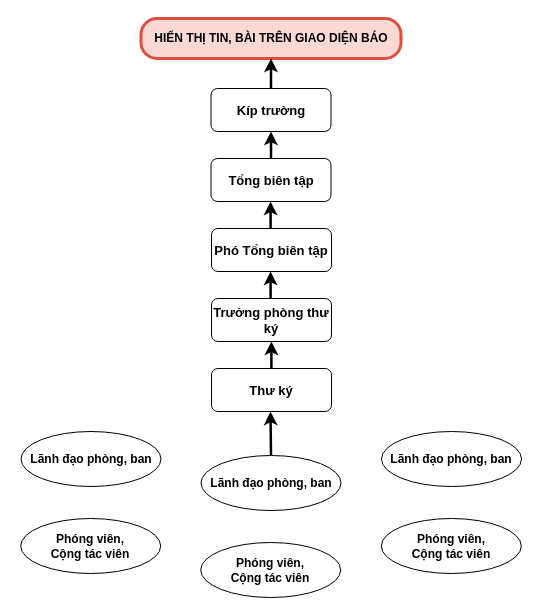
This is luanvan.drawio from malware-d/blockchain, a draw.io file, before an edit. Source tidied: cells renumbered, new cells numbered last; positions are measured from the earlier drawing's top-left corner, leaving out a move shared by most shapes. Both pictures are drawn from the tidied source at 100%, with x=0, y=0 at pixel (20, 18).
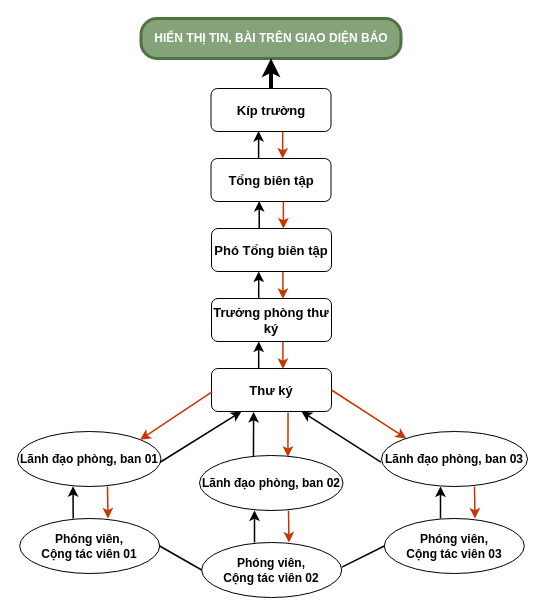
The same diagram, later.

The change refers to these unchanged cells:
```xml
<mxCell id="3" value="&lt;font style=&quot;font-size: 13px;&quot;&gt;Kíp trường&lt;/font&gt;" style="rounded=1;whiteSpace=wrap;html=1;fontStyle=1;fontSize=13;" parent="1" vertex="1">
  <mxGeometry x="190.5" y="70" width="120" height="43" as="geometry" />
</mxCell>
<mxCell id="5" value="Tổng biên tập" style="rounded=1;whiteSpace=wrap;html=1;fontStyle=1;fontSize=13;" parent="1" vertex="1">
  <mxGeometry x="190.5" y="140" width="120" height="43" as="geometry" />
</mxCell>
<mxCell id="7" value="Thư ký" style="rounded=1;whiteSpace=wrap;html=1;fontStyle=1;fontSize=13;" parent="1" vertex="1">
  <mxGeometry x="191" y="350" width="120" height="43" as="geometry" />
</mxCell>
```

Change to the diagram source:
```diff
@@
-    <mxCell id="2" value="&lt;b&gt;HIỂN THỊ TIN, BÀI TRÊN GIAO DIỆN BÁO&lt;/b&gt;" style="rounded=1;whiteSpace=wrap;html=1;arcSize=40;fillColor=#fad9d5;strokeColor=#D9513E;strokeWidth=3;fillStyle=solid;" parent="1" vertex="1">
+    <mxCell id="2" value="&lt;b&gt;HIỂN THỊ TIN, BÀI TRÊN GIAO DIỆN BÁO&lt;/b&gt;" style="rounded=1;whiteSpace=wrap;html=1;arcSize=40;fillColor=#84A379;strokeColor=#4F7343;strokeWidth=3;fillStyle=solid;fontColor=#ffffff;" parent="1" vertex="1">
       <mxGeometry x="120.5" width="260" height="40" as="geometry" />
     </mxCell>
@@
-    <mxCell id="4" value="Lãnh đạo phòng, b&lt;span style=&quot;background-color: initial;&quot;&gt;an&lt;/span&gt;" style="ellipse;whiteSpace=wrap;html=1;fontStyle=1;" parent="1" vertex="1">
-      <mxGeometry x="361" y="413" width="140" height="55" as="geometry" />
+    <mxCell id="4" value="Lãnh đạo phòng, b&lt;span style=&quot;background-color: initial;&quot;&gt;an 03&lt;/span&gt;" style="ellipse;whiteSpace=wrap;html=1;fontStyle=1;" parent="1" vertex="1">
+      <mxGeometry x="361" y="413" width="146" height="55" as="geometry" />
     </mxCell>
@@
-    <mxCell id="9" value="Lãnh đạo phòng, b&lt;span style=&quot;background-color: initial;&quot;&gt;an&lt;/span&gt;" style="ellipse;whiteSpace=wrap;html=1;fontStyle=1;" parent="1" vertex="1">
-      <mxGeometry x="180.5" y="437" width="140" height="55" as="geometry" />
+    <mxCell id="9" value="Lãnh đạo phòng, b&lt;span style=&quot;background-color: initial;&quot;&gt;an 02&lt;/span&gt;" style="ellipse;whiteSpace=wrap;html=1;fontStyle=1;" parent="1" vertex="1">
+      <mxGeometry x="179" y="437" width="143.5" height="55" as="geometry" />
     </mxCell>
-    <mxCell id="10" value="Lãnh đạo phòng, b&lt;span style=&quot;background-color: initial;&quot;&gt;an&lt;/span&gt;" style="ellipse;whiteSpace=wrap;html=1;fontStyle=1;" parent="1" vertex="1">
-      <mxGeometry x="0.5" y="413" width="140" height="55" as="geometry" />
+    <mxCell id="10" value="Lãnh đạo phòng, b&lt;span style=&quot;background-color: initial;&quot;&gt;an 01&lt;/span&gt;" style="ellipse;whiteSpace=wrap;html=1;fontStyle=1;" parent="1" vertex="1">
+      <mxGeometry x="-3" y="413" width="143.5" height="55" as="geometry" />
     </mxCell>
-    <mxCell id="11" value="Phóng viên,&lt;div&gt;Cộng tác viên&lt;/div&gt;" style="ellipse;whiteSpace=wrap;html=1;fontStyle=1;" parent="1" vertex="1">
-      <mxGeometry x="360.8" y="500" width="140" height="55" as="geometry" />
+    <mxCell id="11" value="Phóng viên,&lt;div&gt;Cộng tác viên 03&lt;/div&gt;" style="ellipse;whiteSpace=wrap;html=1;fontStyle=1;" parent="1" vertex="1">
+      <mxGeometry x="363.8" y="500" width="140" height="55" as="geometry" />
     </mxCell>
-    <mxCell id="12" value="Phóng viên,&lt;div&gt;Cộng tác viên&lt;/div&gt;" style="ellipse;whiteSpace=wrap;html=1;fontStyle=1;" parent="1" vertex="1">
-      <mxGeometry x="180.2" y="524" width="140" height="55" as="geometry" />
+    <mxCell id="12" value="Phóng viên,&lt;div&gt;Cộng tác viên 02&lt;/div&gt;" style="ellipse;whiteSpace=wrap;html=1;fontStyle=1;" parent="1" vertex="1">
+      <mxGeometry x="181.2" y="524" width="140" height="55" as="geometry" />
     </mxCell>
-    <mxCell id="13" value="Phóng viên,&lt;div&gt;Cộng tác viên&lt;/div&gt;" style="ellipse;whiteSpace=wrap;html=1;fontStyle=1;" parent="1" vertex="1">
-      <mxGeometry x="0.2" y="500" width="140" height="55" as="geometry" />
+    <mxCell id="13" value="Phóng viên,&lt;div&gt;Cộng tác viên 01&lt;/div&gt;" style="ellipse;whiteSpace=wrap;html=1;fontStyle=1;" parent="1" vertex="1">
+      <mxGeometry x="-0.8" y="500" width="140" height="55" as="geometry" />
     </mxCell>
-    <mxCell id="14" style="endArrow=classic;html=1;rounded=0;entryX=0.5;entryY=1;entryDx=0;entryDy=0;exitX=0.5;exitY=0;exitDx=0;exitDy=0;strokeWidth=2.5;" parent="1" edge="1" source="3" target="2">
+    <mxCell id="14" style="endArrow=classic;html=1;rounded=0;entryX=0.5;entryY=1;entryDx=0;entryDy=0;exitX=0.5;exitY=0;exitDx=0;exitDy=0;strokeWidth=4;" parent="1" edge="1" source="3" target="2">
       <mxGeometry relative="1" as="geometry" />
     </mxCell>
-    <mxCell id="15" style="endArrow=classic;html=1;rounded=0;entryX=0.5;entryY=1;entryDx=0;entryDy=0;exitX=0.5;exitY=0;exitDx=0;exitDy=0;strokeWidth=2.5;" parent="1" edge="1" source="5" target="3">
-      <mxGeometry relative="1" as="geometry" />
+    <mxCell id="15" style="endArrow=classic;html=1;rounded=0;entryX=0.383;entryY=0.991;entryDx=0;entryDy=0;exitX=0.383;exitY=0;exitDx=0;exitDy=0;strokeWidth=1.5;entryPerimeter=0;exitPerimeter=0;" parent="1" edge="1">
+      <mxGeometry relative="1" as="geometry">
+        <mxPoint x="238.1" y="140" as="sourcePoint" />
+        <mxPoint x="238.1" y="112.6" as="targetPoint" />
+      </mxGeometry>
     </mxCell>
-    <mxCell id="16" style="endArrow=classic;html=1;rounded=0;entryX=0.5;entryY=1;entryDx=0;entryDy=0;exitX=0.5;exitY=0;exitDx=0;exitDy=0;strokeWidth=2.5;" parent="1" edge="1">
-      <mxGeometry relative="1" as="geometry">
-        <mxPoint x="250.1" y="210" as="sourcePoint" />
-        <mxPoint x="250.1" y="183" as="targetPoint" />
-      </mxGeometry>
-    </mxCell>
-    <mxCell id="17" style="endArrow=classic;html=1;rounded=0;entryX=0.5;entryY=1;entryDx=0;entryDy=0;exitX=0.5;exitY=0;exitDx=0;exitDy=0;strokeWidth=2.5;" parent="1" edge="1">
-      <mxGeometry relative="1" as="geometry">
-        <mxPoint x="250.1" y="280" as="sourcePoint" />
-        <mxPoint x="250.1" y="253" as="targetPoint" />
-      </mxGeometry>
-    </mxCell>
-    <mxCell id="18" style="endArrow=classic;html=1;rounded=0;entryX=0.5;entryY=1;entryDx=0;entryDy=0;exitX=0.5;exitY=0;exitDx=0;exitDy=0;strokeWidth=2.5;strokeColor=default;align=center;verticalAlign=middle;fontFamily=Helvetica;fontSize=11;fontColor=default;labelBackgroundColor=default;" parent="1" edge="1">
-      <mxGeometry relative="1" as="geometry">
-        <mxPoint x="250.9" y="350" as="sourcePoint" />
-        <mxPoint x="250.9" y="323" as="targetPoint" />
-      </mxGeometry>
-    </mxCell>
-    <mxCell id="19" style="endArrow=classic;html=1;rounded=0;entryX=0.5;entryY=1;entryDx=0;entryDy=0;exitX=0.5;exitY=0;exitDx=0;exitDy=0;strokeWidth=2.5;strokeColor=default;align=center;verticalAlign=middle;fontFamily=Helvetica;fontSize=11;fontColor=default;labelBackgroundColor=default;" parent="1" edge="1" source="9">
-      <mxGeometry relative="1" as="geometry">
-        <mxPoint x="250" y="393" as="targetPoint" />
-      </mxGeometry>
-    </mxCell>
+    <mxCell id="20" style="endArrow=classic;html=1;rounded=0;entryX=0.25;entryY=1;entryDx=0;entryDy=0;strokeWidth=1.5;strokeColor=default;align=center;verticalAlign=middle;fontFamily=Helvetica;fontSize=11;fontColor=default;labelBackgroundColor=default;exitX=0.994;exitY=0.559;exitDx=0;exitDy=0;exitPerimeter=0;" parent="1" edge="1" source="10" target="7">
+      <mxGeometry relative="1" as="geometry" />
+    </mxCell>
+    <mxCell id="21" style="endArrow=classic;html=1;rounded=0;entryX=0.387;entryY=0.995;entryDx=0;entryDy=0;strokeWidth=1.5;strokeColor=default;align=center;verticalAlign=middle;fontFamily=Helvetica;fontSize=11;fontColor=default;labelBackgroundColor=default;exitX=0.382;exitY=0.002;exitDx=0;exitDy=0;entryPerimeter=0;exitPerimeter=0;" parent="1" edge="1" source="13" target="10">
+      <mxGeometry relative="1" as="geometry" />
+    </mxCell>
+    <mxCell id="22" style="endArrow=none;html=1;rounded=0;exitX=1;exitY=0.5;exitDx=0;exitDy=0;entryX=0;entryY=0.5;entryDx=0;entryDy=0;strokeWidth=1.5;" parent="1" edge="1" source="13" target="12">
+      <mxGeometry relative="1" as="geometry" />
+    </mxCell>
+    <mxCell id="23" style="endArrow=none;html=1;rounded=0;exitX=1.002;exitY=0.448;exitDx=0;exitDy=0;exitPerimeter=0;entryX=0;entryY=0.5;entryDx=0;entryDy=0;strokeWidth=1.5;" parent="1" edge="1" source="12" target="11">
+      <mxGeometry relative="1" as="geometry" />
+    </mxCell>
+    <mxCell id="24" style="endArrow=classic;html=1;rounded=0;entryX=0.383;entryY=0.991;entryDx=0;entryDy=0;exitX=0.383;exitY=0;exitDx=0;exitDy=0;strokeWidth=1.5;entryPerimeter=0;exitPerimeter=0;fillColor=#fa6800;strokeColor=#C73500;" parent="1" edge="1">
+      <mxGeometry relative="1" as="geometry">
+        <mxPoint x="262.2" y="113" as="sourcePoint" />
+        <mxPoint x="262.2" y="140" as="targetPoint" />
+      </mxGeometry>
+    </mxCell>
+    <mxCell id="25" style="endArrow=classic;html=1;rounded=0;entryX=0.383;entryY=0.991;entryDx=0;entryDy=0;exitX=0.383;exitY=0;exitDx=0;exitDy=0;strokeWidth=1.5;entryPerimeter=0;exitPerimeter=0;" parent="1" edge="1">
+      <mxGeometry relative="1" as="geometry">
+        <mxPoint x="238.7" y="210" as="sourcePoint" />
+        <mxPoint x="238.7" y="182.6" as="targetPoint" />
+      </mxGeometry>
+    </mxCell>
+    <mxCell id="26" style="endArrow=classic;html=1;rounded=0;entryX=0.383;entryY=0.991;entryDx=0;entryDy=0;exitX=0.383;exitY=0;exitDx=0;exitDy=0;strokeWidth=1.5;entryPerimeter=0;exitPerimeter=0;fillColor=#fa6800;strokeColor=#C73500;" parent="1" edge="1">
+      <mxGeometry relative="1" as="geometry">
+        <mxPoint x="262.9" y="183" as="sourcePoint" />
+        <mxPoint x="262.9" y="210" as="targetPoint" />
+      </mxGeometry>
+    </mxCell>
+    <mxCell id="27" style="endArrow=classic;html=1;rounded=0;entryX=0.383;entryY=0.991;entryDx=0;entryDy=0;exitX=0.383;exitY=0;exitDx=0;exitDy=0;strokeWidth=1.5;entryPerimeter=0;exitPerimeter=0;" parent="1" edge="1">
+      <mxGeometry relative="1" as="geometry">
+        <mxPoint x="238.2" y="280.4" as="sourcePoint" />
+        <mxPoint x="238.2" y="253" as="targetPoint" />
+      </mxGeometry>
+    </mxCell>
+    <mxCell id="28" style="endArrow=classic;html=1;rounded=0;entryX=0.383;entryY=0.991;entryDx=0;entryDy=0;exitX=0.383;exitY=0;exitDx=0;exitDy=0;strokeWidth=1.5;entryPerimeter=0;exitPerimeter=0;fillColor=#fa6800;strokeColor=#C73500;" parent="1" edge="1">
+      <mxGeometry relative="1" as="geometry">
+        <mxPoint x="262.4" y="253.4" as="sourcePoint" />
+        <mxPoint x="262.4" y="280.4" as="targetPoint" />
+      </mxGeometry>
+    </mxCell>
+    <mxCell id="29" style="endArrow=classic;html=1;rounded=0;entryX=0.383;entryY=0.991;entryDx=0;entryDy=0;exitX=0.383;exitY=0;exitDx=0;exitDy=0;strokeWidth=1.5;entryPerimeter=0;exitPerimeter=0;" parent="1" edge="1">
+      <mxGeometry relative="1" as="geometry">
+        <mxPoint x="238.2" y="350.4" as="sourcePoint" />
+        <mxPoint x="238.2" y="323" as="targetPoint" />
+      </mxGeometry>
+    </mxCell>
+    <mxCell id="30" style="endArrow=classic;html=1;rounded=0;entryX=0.383;entryY=0.991;entryDx=0;entryDy=0;exitX=0.383;exitY=0;exitDx=0;exitDy=0;strokeWidth=1.5;entryPerimeter=0;exitPerimeter=0;fillColor=#fa6800;strokeColor=#C73500;" parent="1" edge="1">
+      <mxGeometry relative="1" as="geometry">
+        <mxPoint x="262.4" y="323.4" as="sourcePoint" />
+        <mxPoint x="262.4" y="350.4" as="targetPoint" />
+      </mxGeometry>
+    </mxCell>
+    <mxCell id="31" style="endArrow=classic;html=1;rounded=0;exitX=0.004;exitY=0.541;exitDx=0;exitDy=0;strokeWidth=1.5;strokeColor=#C73500;align=center;verticalAlign=middle;fontFamily=Helvetica;fontSize=11;fontColor=default;labelBackgroundColor=default;entryX=1;entryY=0;entryDx=0;entryDy=0;exitPerimeter=0;fillColor=#fa6800;" parent="1" edge="1" source="7" target="10">
+      <mxGeometry relative="1" as="geometry" />
+    </mxCell>
+    <mxCell id="32" style="endArrow=classic;html=1;rounded=0;entryX=0.75;entryY=1;entryDx=0;entryDy=0;strokeWidth=1.5;strokeColor=default;align=center;verticalAlign=middle;fontFamily=Helvetica;fontSize=11;fontColor=default;labelBackgroundColor=default;exitX=-0.004;exitY=0.558;exitDx=0;exitDy=0;exitPerimeter=0;" parent="1" edge="1" source="4" target="7">
+      <mxGeometry relative="1" as="geometry" />
+    </mxCell>
+    <mxCell id="33" style="endArrow=classic;html=1;rounded=0;exitX=1;exitY=0.5;exitDx=0;exitDy=0;strokeWidth=1.5;strokeColor=#C73500;align=center;verticalAlign=middle;fontFamily=Helvetica;fontSize=11;fontColor=default;labelBackgroundColor=default;entryX=0.169;entryY=0.124;entryDx=0;entryDy=0;fillColor=#fa6800;entryPerimeter=0;" parent="1" edge="1" source="7" target="4">
+      <mxGeometry relative="1" as="geometry" />
+    </mxCell>
+    <mxCell id="34" style="endArrow=classic;html=1;rounded=0;entryX=0.5;entryY=1;entryDx=0;entryDy=0;strokeWidth=1.5;strokeColor=#C73500;align=center;verticalAlign=middle;fontFamily=Helvetica;fontSize=11;fontColor=default;labelBackgroundColor=default;exitX=0.5;exitY=0;exitDx=0;exitDy=0;fillColor=#fa6800;" parent="1" edge="1">
+      <mxGeometry relative="1" as="geometry">
+        <mxPoint x="87" y="468" as="sourcePoint" />
+        <mxPoint x="87.5" y="500" as="targetPoint" />
+      </mxGeometry>
+    </mxCell>
+    <mxCell id="35" style="endArrow=classic;html=1;rounded=0;entryX=0.387;entryY=0.995;entryDx=0;entryDy=0;strokeWidth=1.5;strokeColor=default;align=center;verticalAlign=middle;fontFamily=Helvetica;fontSize=11;fontColor=default;labelBackgroundColor=default;exitX=0.382;exitY=0.002;exitDx=0;exitDy=0;entryPerimeter=0;exitPerimeter=0;" parent="1" edge="1">
+      <mxGeometry relative="1" as="geometry">
+        <mxPoint x="420" y="500" as="sourcePoint" />
+        <mxPoint x="420" y="468" as="targetPoint" />
+      </mxGeometry>
+    </mxCell>
+    <mxCell id="36" style="endArrow=classic;html=1;rounded=0;entryX=0.5;entryY=1;entryDx=0;entryDy=0;strokeWidth=1.5;strokeColor=#C73500;align=center;verticalAlign=middle;fontFamily=Helvetica;fontSize=11;fontColor=default;labelBackgroundColor=default;exitX=0.5;exitY=0;exitDx=0;exitDy=0;fillColor=#fa6800;" parent="1" edge="1">
+      <mxGeometry relative="1" as="geometry">
+        <mxPoint x="454" y="468" as="sourcePoint" />
+        <mxPoint x="454.5" y="500" as="targetPoint" />
+      </mxGeometry>
+    </mxCell>
+    <mxCell id="37" style="endArrow=classic;html=1;rounded=0;entryX=0.387;entryY=0.995;entryDx=0;entryDy=0;strokeWidth=1.5;strokeColor=default;align=center;verticalAlign=middle;fontFamily=Helvetica;fontSize=11;fontColor=default;labelBackgroundColor=default;exitX=0.382;exitY=0.002;exitDx=0;exitDy=0;entryPerimeter=0;exitPerimeter=0;" parent="1" edge="1">
+      <mxGeometry relative="1" as="geometry">
+        <mxPoint x="234" y="524" as="sourcePoint" />
+        <mxPoint x="234" y="492" as="targetPoint" />
+      </mxGeometry>
+    </mxCell>
+    <mxCell id="38" style="endArrow=classic;html=1;rounded=0;entryX=0.5;entryY=1;entryDx=0;entryDy=0;strokeWidth=1.5;strokeColor=#C73500;align=center;verticalAlign=middle;fontFamily=Helvetica;fontSize=11;fontColor=default;labelBackgroundColor=default;exitX=0.5;exitY=0;exitDx=0;exitDy=0;fillColor=#fa6800;" parent="1" edge="1">
+      <mxGeometry relative="1" as="geometry">
+        <mxPoint x="268" y="492" as="sourcePoint" />
+        <mxPoint x="268.5" y="524" as="targetPoint" />
+      </mxGeometry>
+    </mxCell>
+    <mxCell id="39" style="endArrow=classic;html=1;rounded=0;entryX=0.351;entryY=1.01;entryDx=0;entryDy=0;strokeWidth=1.5;strokeColor=default;align=center;verticalAlign=middle;fontFamily=Helvetica;fontSize=11;fontColor=default;labelBackgroundColor=default;exitX=0.376;exitY=0.012;exitDx=0;exitDy=0;entryPerimeter=0;exitPerimeter=0;" parent="1" edge="1" source="9" target="7">
+      <mxGeometry relative="1" as="geometry" />
+    </mxCell>
+    <mxCell id="40" style="endArrow=classic;html=1;rounded=0;entryX=0.616;entryY=0.024;entryDx=0;entryDy=0;strokeWidth=1.5;strokeColor=#C73500;align=center;verticalAlign=middle;fontFamily=Helvetica;fontSize=11;fontColor=default;labelBackgroundColor=default;exitX=0.638;exitY=1.021;exitDx=0;exitDy=0;fillColor=#fa6800;exitPerimeter=0;entryPerimeter=0;" parent="1" edge="1" source="7" target="9">
+      <mxGeometry relative="1" as="geometry" />
+    </mxCell>
```
